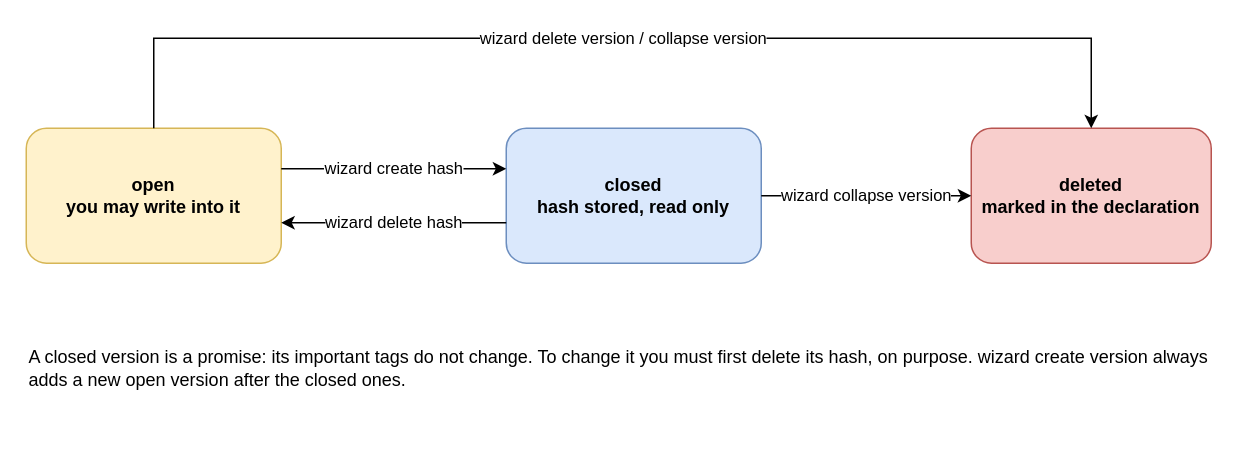
goloveshin/galimatron_doc keeps this draw.io diagram as drawio/10_version_states.drawio. Above is the earlier version. Source tidied: cells renumbered, new cells numbered last; positions are measured from the earlier drawing's top-left corner, leaving out a move shared by most shapes. Both pictures are drawn from the tidied source at 150%, with x=0, y=0 at pixel (26, 38).
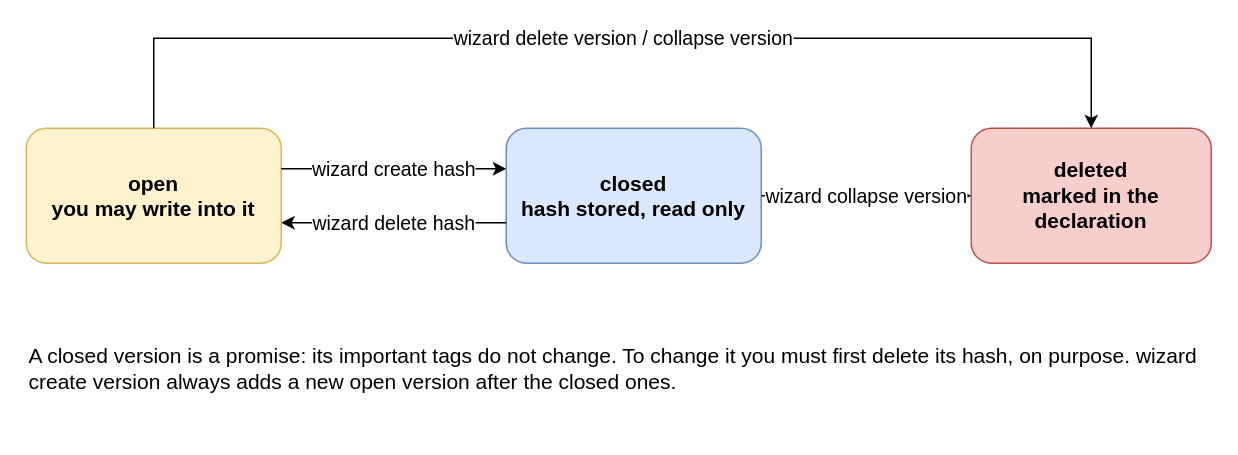
After the change.

What changed in the source:
```diff
@@
 <mxGraphModel>
   <root>
     <mxCell id="0" />
     <mxCell id="1" parent="0" />
-    <mxCell id="2" value="open&lt;br&gt;you may write into it" style="rounded=1;whiteSpace=wrap;html=1;fillColor=#fff2cc;strokeColor=#d6b656;fontStyle=1;" parent="1" vertex="1">
+    <mxCell id="2" value="open&lt;br&gt;you may write into it" style="rounded=1;whiteSpace=wrap;html=1;fillColor=#fff2cc;strokeColor=#d6b656;fontStyle=1;fontSize=14;" parent="1" vertex="1">
       <mxGeometry y="60" width="170" height="90" as="geometry" />
     </mxCell>
-    <mxCell id="3" value="closed&lt;br&gt;hash stored, read only" style="rounded=1;whiteSpace=wrap;html=1;fillColor=#dae8fc;strokeColor=#6c8ebf;fontStyle=1;" parent="1" vertex="1">
+    <mxCell id="3" value="closed&lt;br&gt;hash stored, read only" style="rounded=1;whiteSpace=wrap;html=1;fillColor=#dae8fc;strokeColor=#6c8ebf;fontStyle=1;fontSize=14;" parent="1" vertex="1">
       <mxGeometry x="320" y="60" width="170" height="90" as="geometry" />
     </mxCell>
-    <mxCell id="4" value="deleted&lt;br&gt;marked in the declaration" style="rounded=1;whiteSpace=wrap;html=1;fillColor=#f8cecc;strokeColor=#b85450;fontStyle=1;" parent="1" vertex="1">
+    <mxCell id="4" value="deleted&lt;br&gt;marked in the declaration" style="rounded=1;whiteSpace=wrap;html=1;fillColor=#f8cecc;strokeColor=#b85450;fontStyle=1;fontSize=14;" parent="1" vertex="1">
       <mxGeometry x="630" y="60" width="160" height="90" as="geometry" />
     </mxCell>
-    <mxCell id="5" value="wizard create hash" style="endArrow=classic;html=1;labelBackgroundColor=#ffffff;edgeStyle=none;exitX=1;exitY=0.3;exitDx=0;exitDy=0;entryX=0;entryY=0.3;entryDx=0;entryDy=0;" parent="1" edge="1" source="2" target="3">
+    <mxCell id="5" value="wizard create hash" style="endArrow=classic;html=1;labelBackgroundColor=#ffffff;edgeStyle=none;exitX=1;exitY=0.3;exitDx=0;exitDy=0;entryX=0;entryY=0.3;entryDx=0;entryDy=0;fontSize=13;" parent="1" edge="1" source="2" target="3">
       <mxGeometry relative="1" as="geometry" />
     </mxCell>
-    <mxCell id="6" value="wizard delete hash" style="endArrow=classic;html=1;labelBackgroundColor=#ffffff;edgeStyle=none;exitX=0;exitY=0.7;exitDx=0;exitDy=0;entryX=1;entryY=0.7;entryDx=0;entryDy=0;" parent="1" edge="1" source="3" target="2">
+    <mxCell id="6" value="wizard delete hash" style="endArrow=classic;html=1;labelBackgroundColor=#ffffff;edgeStyle=none;exitX=0;exitY=0.7;exitDx=0;exitDy=0;entryX=1;entryY=0.7;entryDx=0;entryDy=0;fontSize=13;" parent="1" edge="1" source="3" target="2">
       <mxGeometry relative="1" as="geometry" />
     </mxCell>
-    <mxCell id="7" value="wizard collapse version" style="endArrow=classic;html=1;labelBackgroundColor=#ffffff;edgeStyle=none;" parent="1" edge="1" source="3" target="4">
+    <mxCell id="7" value="wizard collapse version" style="endArrow=classic;html=1;labelBackgroundColor=#ffffff;edgeStyle=none;fontSize=13;" parent="1" edge="1" source="3" target="4">
       <mxGeometry relative="1" as="geometry" />
     </mxCell>
-    <mxCell id="8" value="wizard delete version / collapse version" style="endArrow=classic;html=1;labelBackgroundColor=#ffffff;edgeStyle=orthogonalEdgeStyle;rounded=0;exitX=0.5;exitY=0;exitDx=0;exitDy=0;entryX=0.5;entryY=0;entryDx=0;entryDy=0;" parent="1" edge="1" source="2" target="4">
+    <mxCell id="8" value="wizard delete version / collapse version" style="endArrow=classic;html=1;labelBackgroundColor=#ffffff;edgeStyle=orthogonalEdgeStyle;rounded=0;exitX=0.5;exitY=0;exitDx=0;exitDy=0;entryX=0.5;entryY=0;entryDx=0;entryDy=0;fontSize=13;" parent="1" edge="1" source="2" target="4">
       <mxGeometry relative="1" as="geometry">
         <Array as="points">
           <mxPoint x="85" />
           <mxPoint x="710" />
         </Array>
       </mxGeometry>
     </mxCell>
-    <mxCell id="9" value="A closed version is a promise: its important tags do not change. To change it you must first delete its hash, on purpose. wizard create version always adds a new open version after the closed ones." style="text;html=1;whiteSpace=wrap;verticalAlign=middle;align=left;" parent="1" vertex="1">
+    <mxCell id="9" value="A closed version is a promise: its important tags do not change. To change it you must first delete its hash, on purpose. wizard create version always adds a new open version after the closed ones." style="text;html=1;whiteSpace=wrap;verticalAlign=middle;align=left;fontSize=14;" parent="1" vertex="1">
       <mxGeometry y="180" width="790" height="80" as="geometry" />
     </mxCell>
   </root>
 </mxGraphModel>
```
